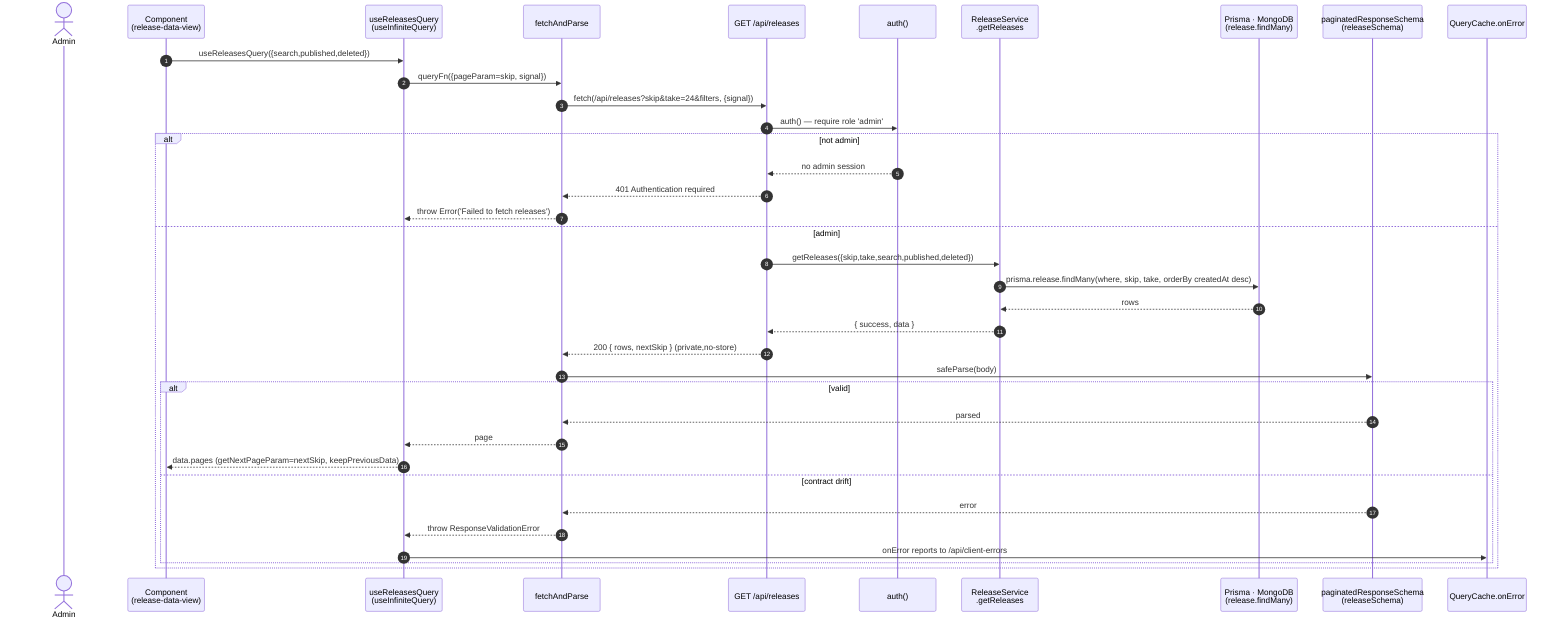
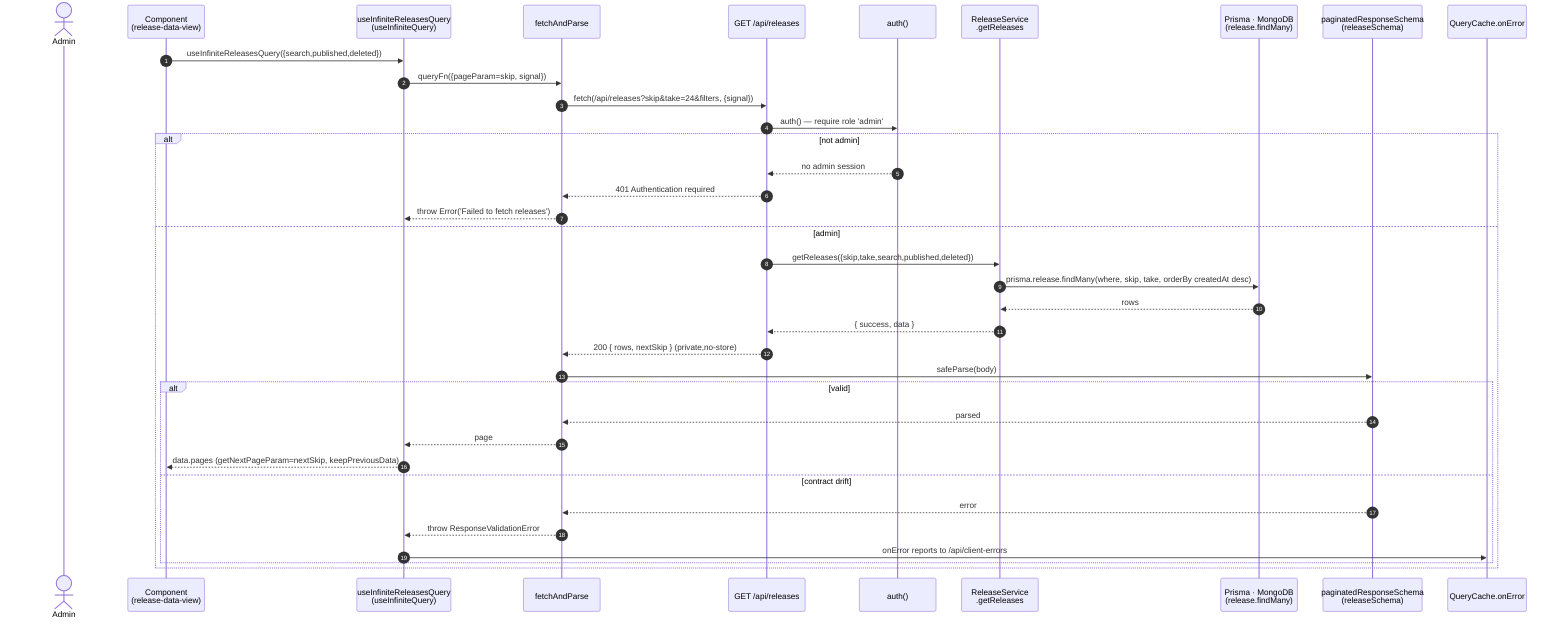
- %% useReleasesQuery — admin releases listing (infinite)
+ %% useInfiniteReleasesQuery — admin releases listing (infinite)
sequenceDiagram
    autonumber
    actor U as Admin
    participant C as Component<br/>(release-data-view)
-     participant H as useReleasesQuery<br/>(useInfiniteQuery)
+     participant H as useInfiniteReleasesQuery<br/>(useInfiniteQuery)
    participant F as fetchAndParse
    participant R as GET /api/releases
    participant A as auth()
    participant SV as ReleaseService<br/>.getReleases
    participant DB as Prisma · MongoDB<br/>(release.findMany)
    participant V as paginatedResponseSchema<br/>(releaseSchema)
    participant RC as QueryCache.onError
-     C->>H: useReleasesQuery({search,published,deleted})
+     C->>H: useInfiniteReleasesQuery({search,published,deleted})
    H->>F: queryFn({pageParam=skip, signal})
    F->>R: fetch(/api/releases?skip&take=24&filters, {signal})
    R->>A: auth() — require role 'admin'
    alt not admin
        A-->>R: no admin session
        R-->>F: 401 Authentication required
        F-->>H: throw Error('Failed to fetch releases')
    else admin
        R->>SV: getReleases({skip,take,search,published,deleted})
        SV->>DB: prisma.release.findMany(where, skip, take, orderBy createdAt desc)
        DB-->>SV: rows
        SV-->>R: { success, data }
        R-->>F: 200 { rows, nextSkip } (private,no-store)
        F->>V: safeParse(body)
        alt valid
            V-->>F: parsed
            F-->>H: page
            H-->>C: data.pages (getNextPageParam=nextSkip, keepPreviousData)
        else contract drift
            V-->>F: error
            F-->>H: throw ResponseValidationError
            H->>RC: onError reports to /api/client-errors
        end
    end
